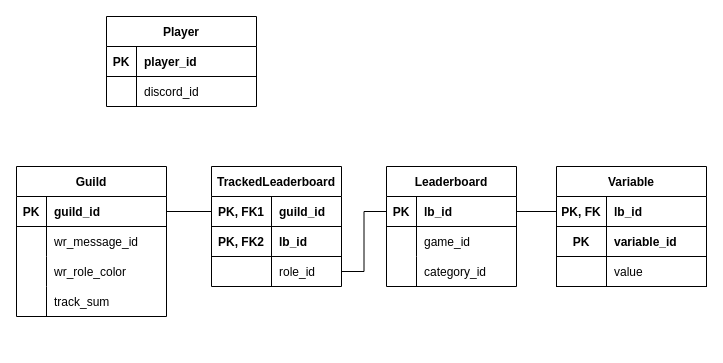
Before: srcwrsbot.drawio in mitchell-merry/src-wrs-bot, a draw.io diagram. Source tidied: cells renumbered, new cells numbered last; positions are measured from the earlier drawing's top-left corner, leaving out a move shared by most shapes. Both pictures are drawn from the tidied source at 100%, with x=0, y=0 at pixel (16, 16).
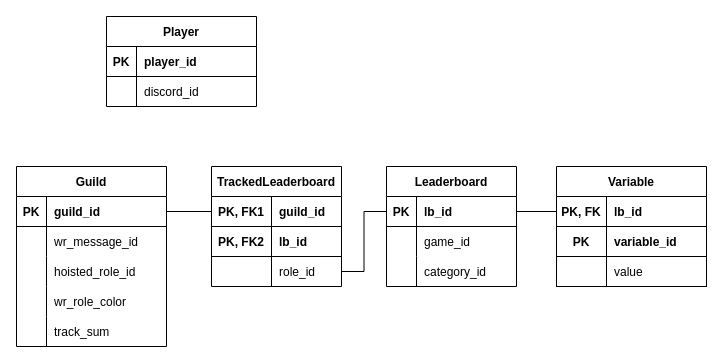
The same page after the edit.

Commit message (it also covers changes not shown here):
Update schemas and all to include hoisted_role_id, and fixed the issue with wr_role_color being treated as a string

What changed in the source:
```diff
@@
     <mxCell id="23" value="Guild" style="shape=table;startSize=30;childLayout=tableLayout;rowLines=0;fontStyle=1;align=center;" parent="1" vertex="1">
-      <mxGeometry y="150" width="150" height="150" as="geometry" />
+      <mxGeometry y="150" width="150" height="180" as="geometry" />
     </mxCell>
@@
+    <mxCell id="55" style="shape=partialRectangle;fillColor=none;top=0;left=0;right=0;bottom=0;" parent="23" vertex="1">
+      <mxGeometry y="90" width="150" height="30" as="geometry" />
+    </mxCell>
+    <mxCell id="56" style="shape=partialRectangle;overflow=hidden;fillColor=none;top=0;left=0;bottom=0;right=0;" parent="55" vertex="1">
+      <mxGeometry width="30" height="30" as="geometry" />
+    </mxCell>
+    <mxCell id="57" value="hoisted_role_id" style="shape=partialRectangle;overflow=hidden;fillColor=none;top=0;left=0;bottom=0;right=0;align=left;spacingLeft=6;" parent="55" vertex="1">
+      <mxGeometry x="30" width="120" height="30" as="geometry" />
+    </mxCell>
     <mxCell id="30" style="shape=partialRectangle;fillColor=none;top=0;left=0;right=0;bottom=0;" parent="23" vertex="1">
-      <mxGeometry y="90" width="150" height="30" as="geometry" />
+      <mxGeometry y="120" width="150" height="30" as="geometry" />
     </mxCell>
@@
     <mxCell id="33" style="shape=partialRectangle;fillColor=none;top=0;left=0;right=0;bottom=0;" parent="23" vertex="1">
-      <mxGeometry y="120" width="150" height="30" as="geometry" />
+      <mxGeometry y="150" width="150" height="30" as="geometry" />
     </mxCell>
```
